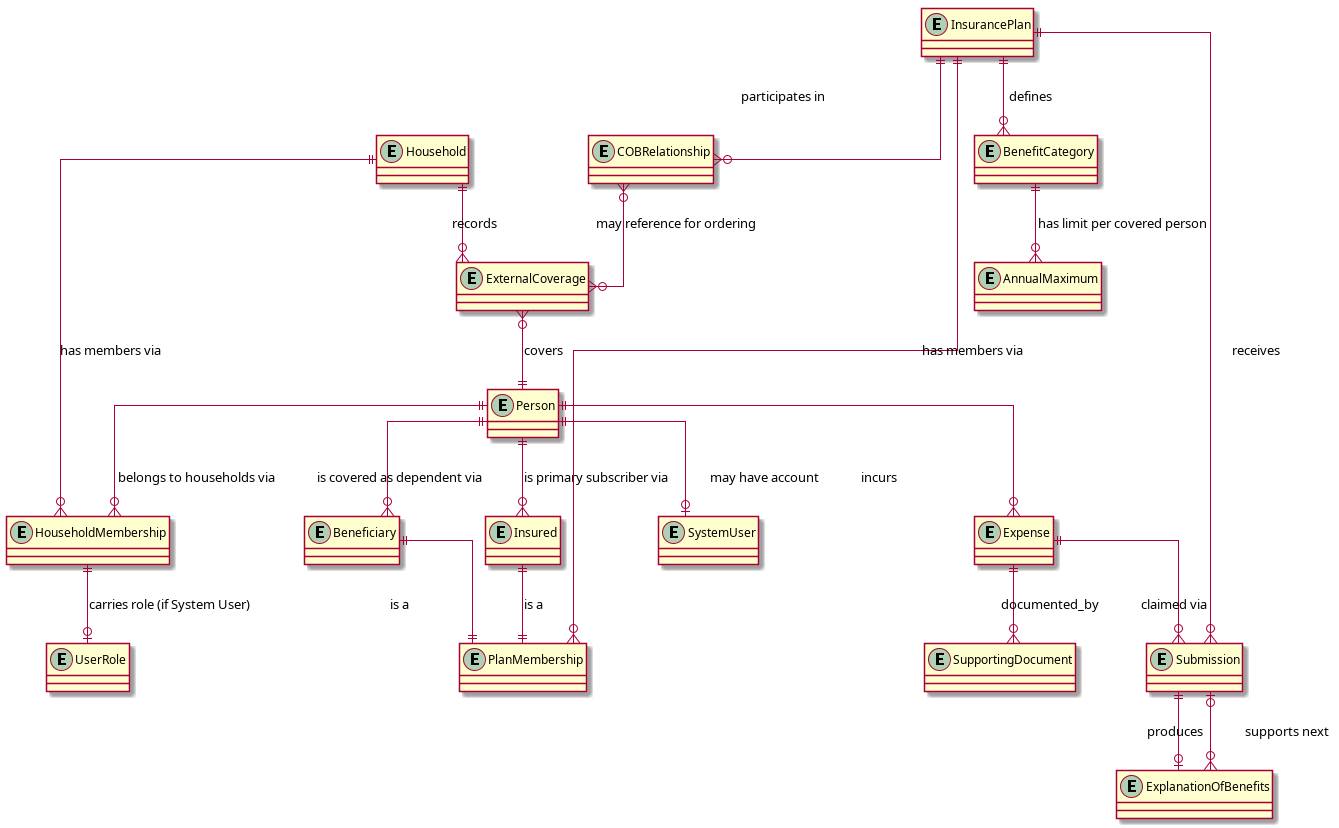
Before: docs/01-requirements/diagrams/domain-model.png, a diagram exported from PlantUML (hallb/coordinate).
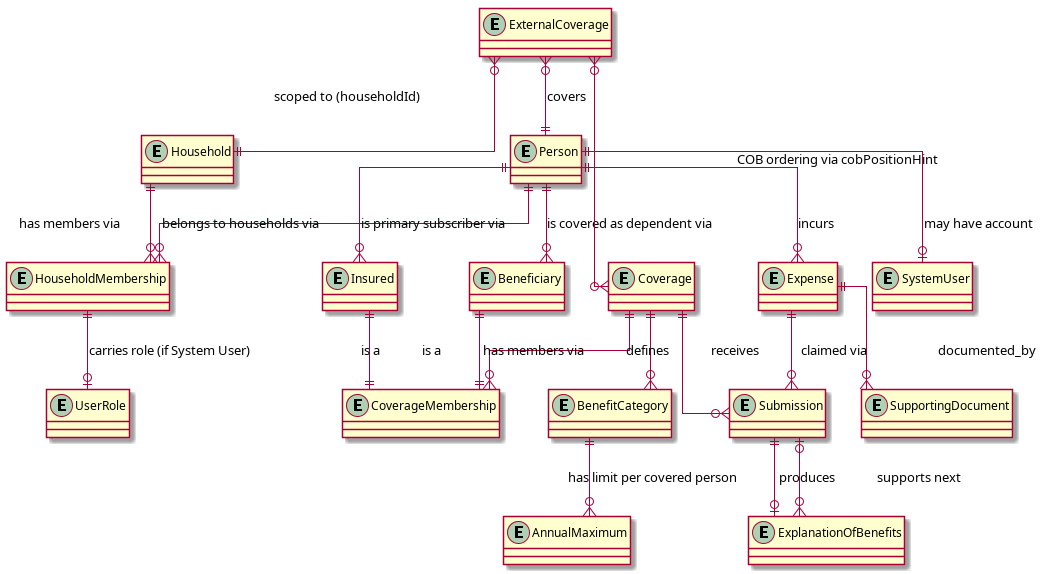
After the change.

The edit, as a diff of the source:
```diff
@@ -7,11 +7,10 @@
 entity UserRole
 entity Insured
 entity Beneficiary
-entity PlanMembership
-entity InsurancePlan
+entity CoverageMembership
+entity Coverage
 entity BenefitCategory
 entity AnnualMaximum
-entity COBRelationship
 entity ExternalCoverage
 entity Expense
 entity Submission
@@ -24,20 +23,19 @@
 HouseholdMembership ||--o| UserRole : "carries role (if System User)"
 Person ||--o{ Insured : "is primary subscriber via"
 Person ||--o{ Beneficiary : "is covered as dependent via"
-Insured ||--|| PlanMembership : "is a"
-Beneficiary ||--|| PlanMembership : "is a"
-InsurancePlan ||--o{ PlanMembership : "has members via"
-InsurancePlan ||--o{ BenefitCategory : defines
+Insured ||--|| CoverageMembership : "is a"
+Beneficiary ||--|| CoverageMembership : "is a"
+Coverage ||--o{ CoverageMembership : "has members via"
+Coverage ||--o{ BenefitCategory : defines
 BenefitCategory ||--o{ AnnualMaximum : "has limit per covered person"
-InsurancePlan ||--o{ COBRelationship : "participates in"
-Household ||--o{ ExternalCoverage : "records"
+ExternalCoverage }o--|| Household : "scoped to (householdId)"
 ExternalCoverage }o--|| Person : "covers"
-COBRelationship }o--o{ ExternalCoverage : "may reference for ordering"
+ExternalCoverage }o--o{ Coverage : "COB ordering via cobPositionHint"
 Person ||--o{ Expense : incurs
 Expense ||--o{ Submission : "claimed via"
 Submission ||--o| ExplanationOfBenefits : produces
 ExplanationOfBenefits }o--o| Submission : "supports next"
 Expense ||--o{ SupportingDocument : documented_by
-InsurancePlan ||--o{ Submission : receives
+Coverage ||--o{ Submission : receives
 Person ||--o| SystemUser : "may have account"
 @enduml
```
